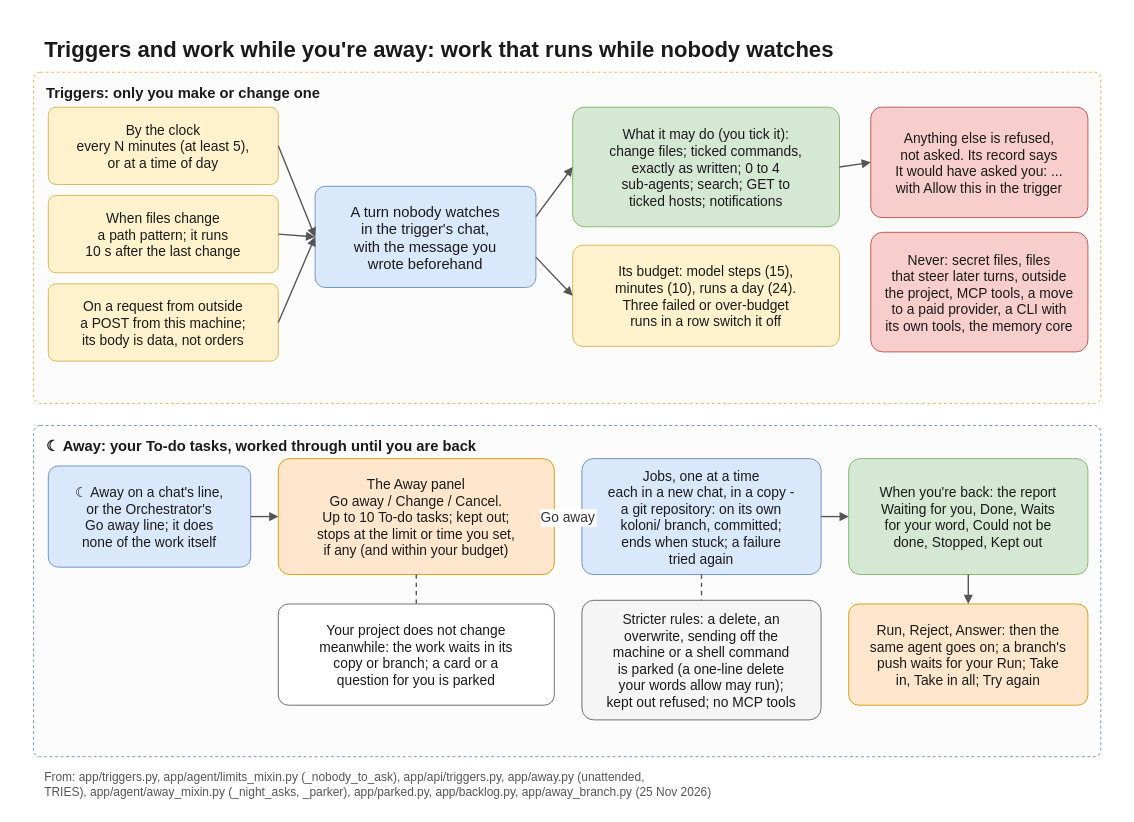
flyingriverhorse/Koloni keeps this draw.io diagram as docs/diagrams/night.drawio. Above is the earlier version. Source tidied: cells renumbered, new cells numbered last; positions are measured from the earlier drawing's top-left corner, leaving out a move shared by most shapes. Both pictures are drawn from the tidied source at 92%, with x=0, y=0 at pixel (15, 15).
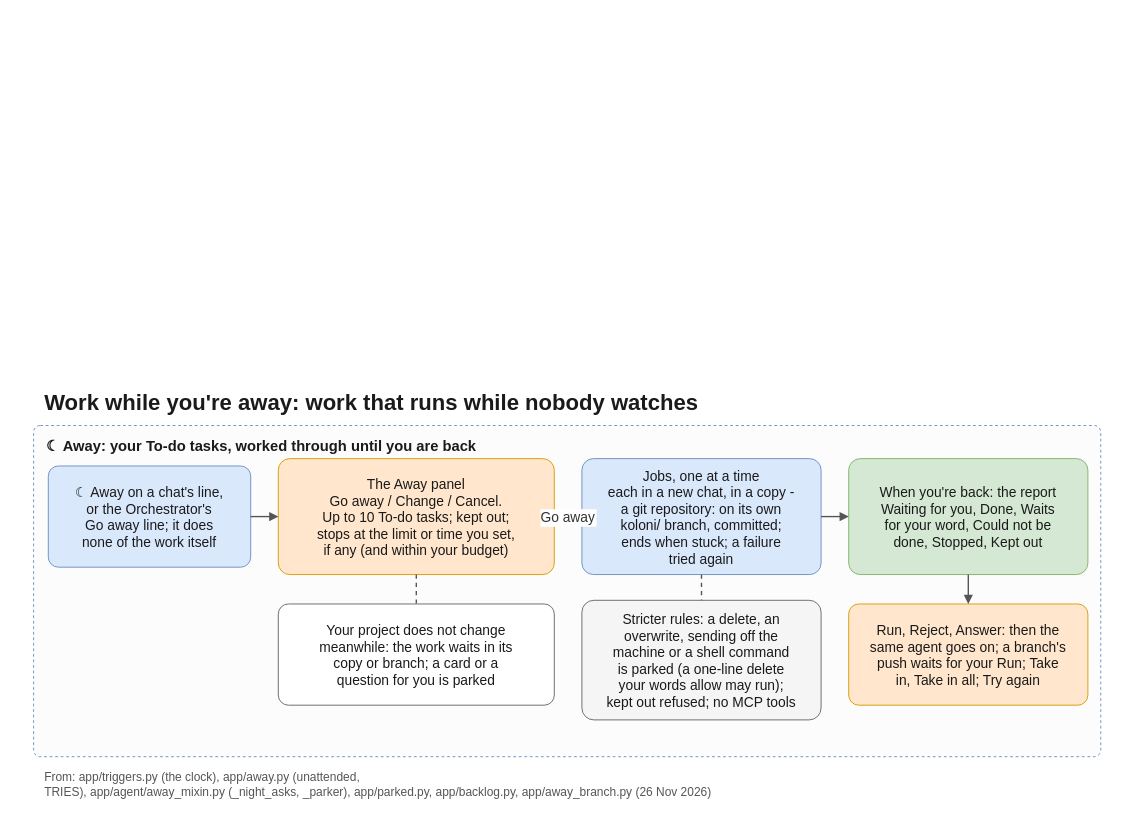
After the change.

What changed in the source:
```diff
@@
     <mxCell id="2" style="rounded=0;fillColor=#ffffff;strokeColor=none;" parent="1" vertex="1">
-      <mxGeometry width="1200" height="860" as="geometry" />
+      <mxGeometry y="384" width="1200" height="476" as="geometry" />
     </mxCell>
-    <mxCell id="3" value="Triggers and work while you're away: work that runs while nobody watches" style="text;strokeColor=none;fillColor=none;fontFamily=Helvetica;fontColor=#1a1a1a;fontSize=24;align=left;verticalAlign=top;fontStyle=1;" parent="1" vertex="1">
-      <mxGeometry x="30" y="16" width="1140" height="36" as="geometry" />
+    <mxCell id="3" value="Work while you're away: work that runs while nobody watches" style="text;strokeColor=none;fillColor=none;fontFamily=Helvetica;fontColor=#1a1a1a;fontSize=24;align=left;verticalAlign=top;fontStyle=1;" parent="1" vertex="1">
+      <mxGeometry x="30" y="400" width="1140" height="36" as="geometry" />
     </mxCell>
-    <mxCell id="4" value="Triggers: only you make or change one" style="rounded=1;arcSize=2;fillColor=#fcfcfc;strokeColor=#d6b656;dashed=1;fontFamily=Helvetica;fontColor=#1a1a1a;fontSize=16;fontStyle=1;verticalAlign=top;align=left;spacingLeft=12;spacingTop=6;" parent="1" vertex="1">
-      <mxGeometry x="20" y="62" width="1160" height="360" as="geometry" />
-    </mxCell>
-    <mxCell id="5" value="By the clock&#10;every N minutes (at least 5),&#10;or at a time of day" style="rounded=1;arcSize=10;fillColor=#fff2cc;strokeColor=#d6b656;fontFamily=Helvetica;fontColor=#1a1a1a;fontSize=15;spacing=6;" parent="1" vertex="1">
-      <mxGeometry x="36" y="100" width="250" height="84" as="geometry" />
-    </mxCell>
-    <mxCell id="6" value="When files change&#10;a path pattern; it runs&#10;10 s after the last change" style="rounded=1;arcSize=10;fillColor=#fff2cc;strokeColor=#d6b656;fontFamily=Helvetica;fontColor=#1a1a1a;fontSize=15;spacing=6;" parent="1" vertex="1">
-      <mxGeometry x="36" y="196" width="250" height="84" as="geometry" />
-    </mxCell>
-    <mxCell id="7" value="On a request from outside&#10;a POST from this machine;&#10;its body is data, not orders" style="rounded=1;arcSize=10;fillColor=#fff2cc;strokeColor=#d6b656;fontFamily=Helvetica;fontColor=#1a1a1a;fontSize=15;spacing=6;" parent="1" vertex="1">
-      <mxGeometry x="36" y="292" width="250" height="84" as="geometry" />
-    </mxCell>
-    <mxCell id="8" value="A turn nobody watches&#10;in the trigger's chat,&#10;with the message you&#10;wrote beforehand" style="rounded=1;arcSize=10;fillColor=#dae8fc;strokeColor=#6c8ebf;fontFamily=Helvetica;fontColor=#1a1a1a;fontSize=16;spacing=6;" parent="1" vertex="1">
-      <mxGeometry x="326" y="186" width="240" height="110" as="geometry" />
-    </mxCell>
-    <mxCell id="9" style="endArrow=block;endFill=1;strokeColor=#555555;strokeWidth=1.5;fontFamily=Helvetica;fontSize=15;fontColor=#333333;labelBackgroundColor=#ffffff;exitX=1;exitY=0.5;entryX=0;entryY=0.5;" parent="1" edge="1" source="5" target="8">
-      <mxGeometry relative="1" as="geometry" />
-    </mxCell>
-    <mxCell id="10" style="endArrow=block;endFill=1;strokeColor=#555555;strokeWidth=1.5;fontFamily=Helvetica;fontSize=15;fontColor=#333333;labelBackgroundColor=#ffffff;exitX=1;exitY=0.5;entryX=0;entryY=0.5;" parent="1" edge="1" source="6" target="8">
-      <mxGeometry relative="1" as="geometry" />
-    </mxCell>
-    <mxCell id="11" style="endArrow=block;endFill=1;strokeColor=#555555;strokeWidth=1.5;fontFamily=Helvetica;fontSize=15;fontColor=#333333;labelBackgroundColor=#ffffff;exitX=1;exitY=0.5;entryX=0;entryY=0.5;" parent="1" edge="1" source="7" target="8">
-      <mxGeometry relative="1" as="geometry" />
-    </mxCell>
-    <mxCell id="12" value="What it may do (you tick it):&#10;change files; ticked commands,&#10;exactly as written; 0 to 4&#10;sub-agents; search; GET to&#10;ticked hosts; notifications" style="rounded=1;arcSize=10;fillColor=#d5e8d4;strokeColor=#82b366;fontFamily=Helvetica;fontColor=#1a1a1a;fontSize=15;spacing=6;" parent="1" vertex="1">
-      <mxGeometry x="606" y="100" width="290" height="130" as="geometry" />
-    </mxCell>
-    <mxCell id="13" value="Its budget: model steps (15),&#10;minutes (10), runs a day (24).&#10;Three failed or over-budget&#10;runs in a row switch it off" style="rounded=1;arcSize=10;fillColor=#fff2cc;strokeColor=#d6b656;fontFamily=Helvetica;fontColor=#1a1a1a;fontSize=15;spacing=6;" parent="1" vertex="1">
-      <mxGeometry x="606" y="250" width="290" height="110" as="geometry" />
-    </mxCell>
-    <mxCell id="14" style="endArrow=block;endFill=1;strokeColor=#555555;strokeWidth=1.5;fontFamily=Helvetica;fontSize=15;fontColor=#333333;labelBackgroundColor=#ffffff;exitX=1;exitY=0.3;entryX=0;entryY=0.5;" parent="1" edge="1" source="8" target="12">
-      <mxGeometry relative="1" as="geometry" />
-    </mxCell>
-    <mxCell id="15" style="endArrow=block;endFill=1;strokeColor=#555555;strokeWidth=1.5;fontFamily=Helvetica;fontSize=15;fontColor=#333333;labelBackgroundColor=#ffffff;exitX=1;exitY=0.7;entryX=0;entryY=0.5;" parent="1" edge="1" source="8" target="13">
-      <mxGeometry relative="1" as="geometry" />
-    </mxCell>
-    <mxCell id="16" value="Anything else is refused,&#10;not asked. Its record says&#10;It would have asked you: ...&#10;with Allow this in the trigger" style="rounded=1;arcSize=10;fillColor=#f8cecc;strokeColor=#b85450;fontFamily=Helvetica;fontColor=#1a1a1a;fontSize=15;spacing=6;" parent="1" vertex="1">
-      <mxGeometry x="930" y="100" width="236" height="120" as="geometry" />
-    </mxCell>
-    <mxCell id="17" value="Never: secret files, files&#10;that steer later turns, outside&#10;the project, MCP tools, a move&#10;to a paid provider, a CLI with&#10;its own tools, the memory core" style="rounded=1;arcSize=10;fillColor=#f8cecc;strokeColor=#b85450;fontFamily=Helvetica;fontColor=#1a1a1a;fontSize=15;spacing=6;" parent="1" vertex="1">
-      <mxGeometry x="930" y="236" width="236" height="130" as="geometry" />
-    </mxCell>
-    <mxCell id="18" style="endArrow=block;endFill=1;strokeColor=#555555;strokeWidth=1.5;fontFamily=Helvetica;fontSize=15;fontColor=#333333;labelBackgroundColor=#ffffff;exitX=1;exitY=0.5;entryX=0;entryY=0.5;" parent="1" edge="1" source="12" target="16">
-      <mxGeometry relative="1" as="geometry" />
-    </mxCell>
@@
-    <mxCell id="33" value="From: app/triggers.py, app/agent/limits_mixin.py (_nobody_to_ask), app/api/triggers.py, app/away.py (unattended,&#10;TRIES), app/agent/away_mixin.py (_night_asks, _parker), app/parked.py, app/backlog.py, app/away_branch.py (25 Nov 2026)" style="text;strokeColor=none;fillColor=none;fontFamily=Helvetica;fontColor=#555555;fontSize=13;align=left;verticalAlign=top;" parent="1" vertex="1">
+    <mxCell id="33" value="From: app/triggers.py (the clock), app/away.py (unattended,&#10;TRIES), app/agent/away_mixin.py (_night_asks, _parker), app/parked.py, app/backlog.py, app/away_branch.py (26 Nov 2026)" style="text;strokeColor=none;fillColor=none;fontFamily=Helvetica;fontColor=#555555;fontSize=13;align=left;verticalAlign=top;" parent="1" vertex="1">
       <mxGeometry x="30" y="814" width="1140" height="40" as="geometry" />
     </mxCell>
```
